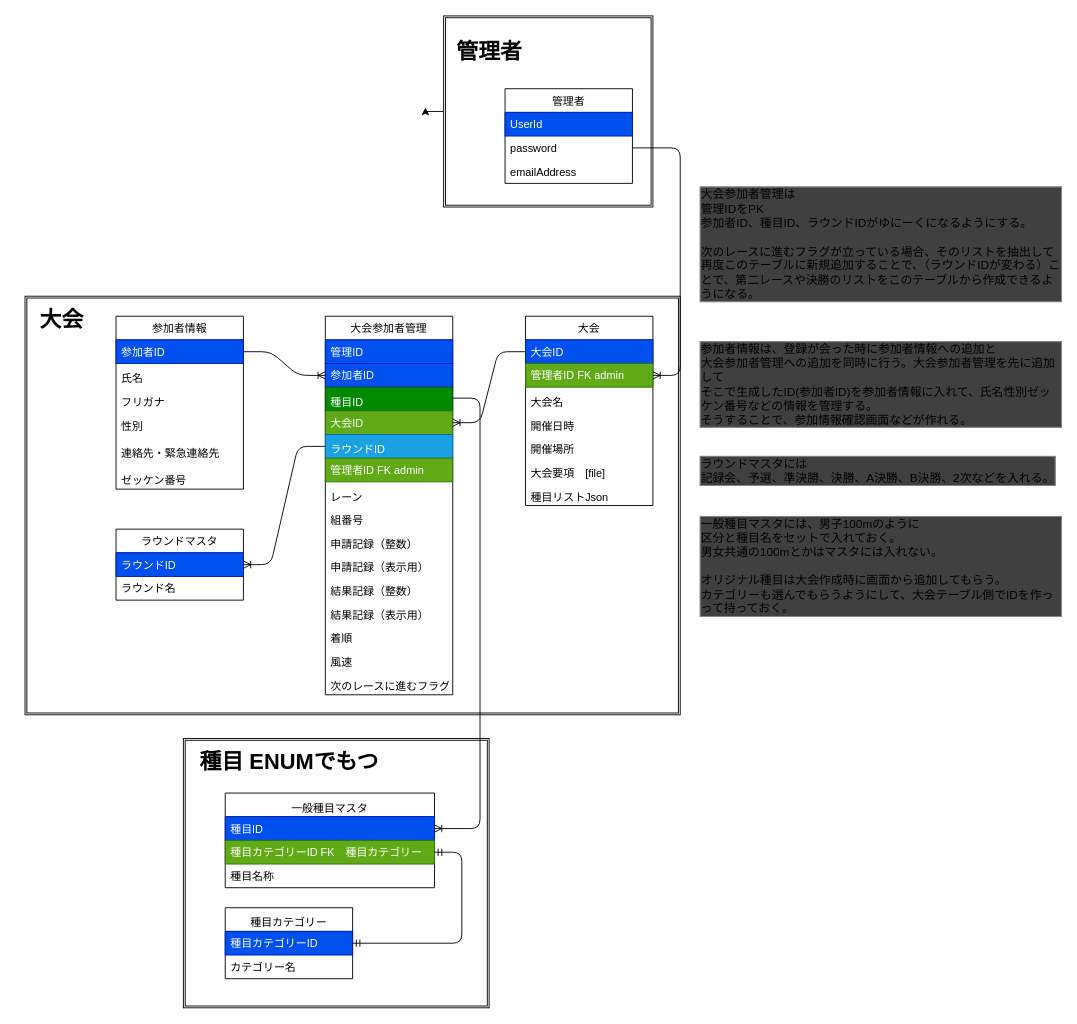
This is doc/dataModel.drawio from keganokami/kekuriku, a draw.io file, before an edit. Source tidied: cells renumbered, new cells numbered last; positions are measured from the earlier drawing's top-left corner, leaving out a move shared by most shapes. Both pictures are drawn from the tidied source at 91%, with x=0, y=0 at pixel (15, 15).
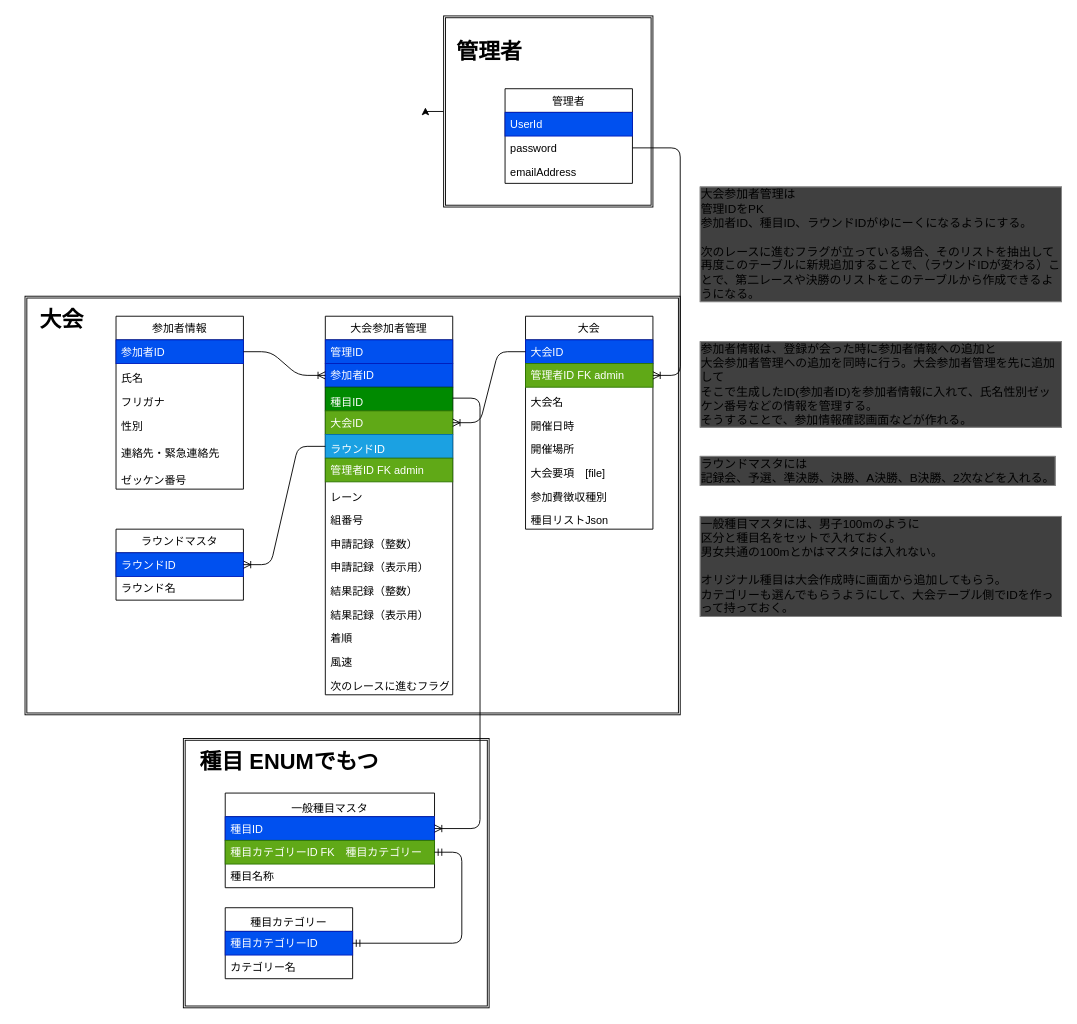
The same page after the edit.

Diff of the diagram source:
```diff
@@
     <mxCell id="10" value="大会" style="swimlane;fontStyle=0;horizontal=1;startSize=26;fillColor=none;" parent="1" vertex="1">
-      <mxGeometry x="560" y="330" width="140" height="208" as="geometry" />
+      <mxGeometry x="560" y="330" width="140" height="234" as="geometry" />
     </mxCell>
@@
+    <mxCell id="64" value="参加費徴収種別" style="text;strokeColor=none;fillColor=none;align=left;verticalAlign=bottom;spacingLeft=4;spacingRight=4;overflow=hidden;" parent="10" vertex="1">
+      <mxGeometry y="182" width="140" height="26" as="geometry" />
+    </mxCell>
     <mxCell id="17" value="種目リストJson" style="text;strokeColor=none;fillColor=none;align=left;verticalAlign=bottom;spacingLeft=4;spacingRight=4;overflow=hidden;" parent="10" vertex="1">
-      <mxGeometry y="182" width="140" height="26" as="geometry" />
+      <mxGeometry y="208" width="140" height="26" as="geometry" />
     </mxCell>
```
